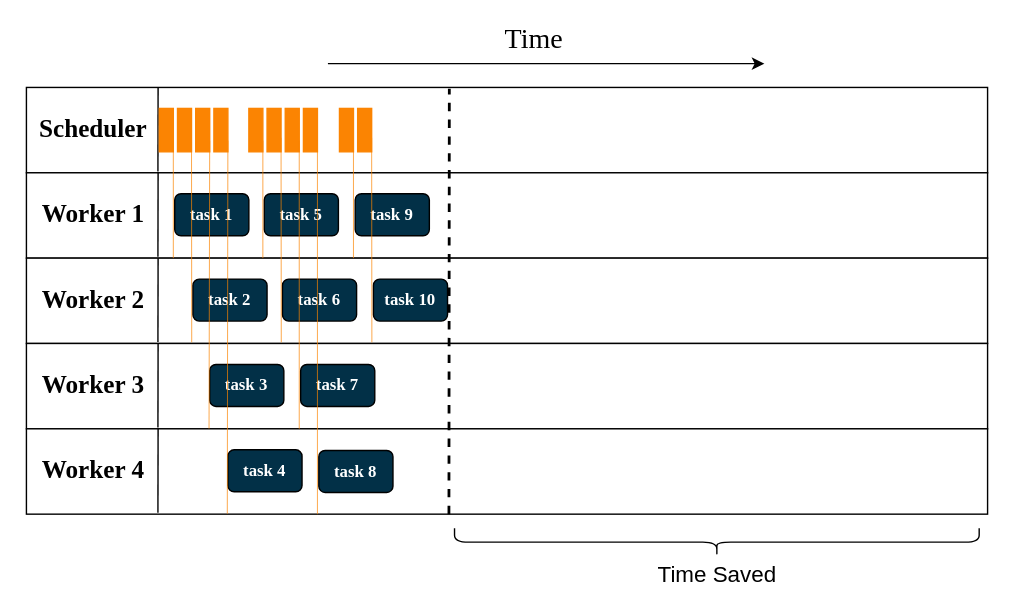
Above: img/ch-intro/distributed-timeline.svg in godaai/scale-py (draw.io), before the change. Source tidied: cells renumbered, new cells last; positions are measured from the earlier drawing's top-left corner, leaving out a move shared by most shapes. Source of this version:
```xml
<mxGraphModel>
  <root>
    <mxCell id="0" />
    <mxCell id="1" parent="0" />
    <mxCell id="2" style="rounded=0;whiteSpace=wrap;html=1;strokeColor=none;fillColor=none;" parent="1" vertex="1">
      <mxGeometry width="724" height="431" as="geometry" />
    </mxCell>
    <mxCell id="3" style="rounded=0;whiteSpace=wrap;html=1;" parent="1" vertex="1">
      <mxGeometry x="18" y="62" width="687" height="61" as="geometry" />
    </mxCell>
    <mxCell id="4" value="&lt;font style=&quot;font-size: 18px;&quot; face=&quot;Times New Roman&quot;&gt;&lt;b&gt;Scheduler&lt;/b&gt;&lt;br&gt;&lt;/font&gt;" style="text;html=1;strokeColor=none;fillColor=none;align=center;verticalAlign=middle;whiteSpace=wrap;rounded=0;" parent="1" vertex="1">
      <mxGeometry x="15" y="77" width="102" height="30" as="geometry" />
    </mxCell>
    <mxCell id="5" style="endArrow=none;html=1;rounded=0;entryX=0.137;entryY=0;entryDx=0;entryDy=0;entryPerimeter=0;" parent="1" edge="1" target="3">
      <mxGeometry relative="1" as="geometry">
        <mxPoint x="112" y="122" as="sourcePoint" />
      </mxGeometry>
    </mxCell>
    <mxCell id="6" style="rounded=0;whiteSpace=wrap;html=1;" parent="1" vertex="1">
      <mxGeometry x="18" y="123" width="687" height="61" as="geometry" />
    </mxCell>
    <mxCell id="7" value="&lt;font style=&quot;font-size: 18px;&quot; face=&quot;Times New Roman&quot;&gt;&lt;b&gt;Worker 1&lt;/b&gt;&lt;br&gt;&lt;/font&gt;" style="text;html=1;strokeColor=none;fillColor=none;align=center;verticalAlign=middle;whiteSpace=wrap;rounded=0;" parent="1" vertex="1">
      <mxGeometry x="15" y="138" width="102" height="30" as="geometry" />
    </mxCell>
    <mxCell id="8" style="endArrow=none;html=1;rounded=0;entryX=0.137;entryY=0;entryDx=0;entryDy=0;entryPerimeter=0;" parent="1" edge="1" target="6">
      <mxGeometry relative="1" as="geometry">
        <mxPoint x="112" y="183" as="sourcePoint" />
      </mxGeometry>
    </mxCell>
    <mxCell id="9" value="&lt;font color=&quot;#ffffff&quot; face=&quot;Times New Roman&quot;&gt;&lt;b&gt;task 1&lt;/b&gt;&lt;/font&gt;" style="rounded=1;whiteSpace=wrap;html=1;fillColor=#023047;" parent="1" vertex="1">
      <mxGeometry x="124" y="138" width="53" height="30" as="geometry" />
    </mxCell>
    <mxCell id="10" value="&lt;font color=&quot;#ffffff&quot; face=&quot;Times New Roman&quot;&gt;&lt;b&gt;task 5&lt;/b&gt;&lt;/font&gt;" style="rounded=1;whiteSpace=wrap;html=1;fillColor=#023047;" parent="1" vertex="1">
      <mxGeometry x="188" y="138" width="53" height="30" as="geometry" />
    </mxCell>
    <mxCell id="11" value="&lt;font color=&quot;#ffffff&quot; face=&quot;Times New Roman&quot;&gt;&lt;b&gt;task 9&lt;br&gt;&lt;/b&gt;&lt;/font&gt;" style="rounded=1;whiteSpace=wrap;html=1;fillColor=#023047;" parent="1" vertex="1">
      <mxGeometry x="253" y="138" width="53" height="30" as="geometry" />
    </mxCell>
    <mxCell id="12" style="rounded=0;whiteSpace=wrap;html=1;" parent="1" vertex="1">
      <mxGeometry x="18" y="184" width="687" height="61" as="geometry" />
    </mxCell>
    <mxCell id="13" value="&lt;font style=&quot;font-size: 18px;&quot; face=&quot;Times New Roman&quot;&gt;&lt;b&gt;Worker 2&lt;/b&gt;&lt;br&gt;&lt;/font&gt;" style="text;html=1;strokeColor=none;fillColor=none;align=center;verticalAlign=middle;whiteSpace=wrap;rounded=0;" parent="1" vertex="1">
      <mxGeometry x="15" y="199" width="102" height="30" as="geometry" />
    </mxCell>
    <mxCell id="14" style="endArrow=none;html=1;rounded=0;entryX=0.137;entryY=0;entryDx=0;entryDy=0;entryPerimeter=0;" parent="1" edge="1" target="12">
      <mxGeometry relative="1" as="geometry">
        <mxPoint x="112" y="244" as="sourcePoint" />
      </mxGeometry>
    </mxCell>
    <mxCell id="15" value="&lt;font color=&quot;#ffffff&quot; face=&quot;Times New Roman&quot;&gt;&lt;b&gt;task 2&lt;/b&gt;&lt;/font&gt;" style="rounded=1;whiteSpace=wrap;html=1;fillColor=#023047;" parent="1" vertex="1">
      <mxGeometry x="137" y="199" width="53" height="30" as="geometry" />
    </mxCell>
    <mxCell id="16" value="&lt;font color=&quot;#ffffff&quot; face=&quot;Times New Roman&quot;&gt;&lt;b&gt;task 6&lt;/b&gt;&lt;/font&gt;" style="rounded=1;whiteSpace=wrap;html=1;fillColor=#023047;" parent="1" vertex="1">
      <mxGeometry x="201" y="199" width="53" height="30" as="geometry" />
    </mxCell>
    <mxCell id="17" value="&lt;font color=&quot;#ffffff&quot; face=&quot;Times New Roman&quot;&gt;&lt;b&gt;task 10&lt;br&gt;&lt;/b&gt;&lt;/font&gt;" style="rounded=1;whiteSpace=wrap;html=1;fillColor=#023047;" parent="1" vertex="1">
      <mxGeometry x="266" y="199" width="53" height="30" as="geometry" />
    </mxCell>
    <mxCell id="18" style="rounded=0;whiteSpace=wrap;html=1;" parent="1" vertex="1">
      <mxGeometry x="18" y="245" width="687" height="61" as="geometry" />
    </mxCell>
    <mxCell id="19" value="&lt;font style=&quot;font-size: 18px;&quot; face=&quot;Times New Roman&quot;&gt;&lt;b&gt;Worker 3&lt;/b&gt;&lt;br&gt;&lt;/font&gt;" style="text;html=1;strokeColor=none;fillColor=none;align=center;verticalAlign=middle;whiteSpace=wrap;rounded=0;" parent="1" vertex="1">
      <mxGeometry x="15" y="260" width="102" height="30" as="geometry" />
    </mxCell>
    <mxCell id="20" style="endArrow=none;html=1;rounded=0;entryX=0.137;entryY=0;entryDx=0;entryDy=0;entryPerimeter=0;" parent="1" edge="1" target="18">
      <mxGeometry relative="1" as="geometry">
        <mxPoint x="112" y="305" as="sourcePoint" />
      </mxGeometry>
    </mxCell>
    <mxCell id="21" value="&lt;font color=&quot;#ffffff&quot; face=&quot;Times New Roman&quot;&gt;&lt;b&gt;task 3&lt;/b&gt;&lt;/font&gt;" style="rounded=1;whiteSpace=wrap;html=1;fillColor=#023047;" parent="1" vertex="1">
      <mxGeometry x="149" y="260" width="53" height="30" as="geometry" />
    </mxCell>
    <mxCell id="22" value="&lt;font color=&quot;#ffffff&quot; face=&quot;Times New Roman&quot;&gt;&lt;b&gt;task 7&lt;/b&gt;&lt;/font&gt;" style="rounded=1;whiteSpace=wrap;html=1;fillColor=#023047;" parent="1" vertex="1">
      <mxGeometry x="214" y="260" width="53" height="30" as="geometry" />
    </mxCell>
    <mxCell id="23" style="rounded=0;whiteSpace=wrap;html=1;" parent="1" vertex="1">
      <mxGeometry x="18" y="306" width="687" height="61" as="geometry" />
    </mxCell>
    <mxCell id="24" value="&lt;font style=&quot;font-size: 18px;&quot; face=&quot;Times New Roman&quot;&gt;&lt;b&gt;Worker 4&lt;/b&gt;&lt;br&gt;&lt;/font&gt;" style="text;html=1;strokeColor=none;fillColor=none;align=center;verticalAlign=middle;whiteSpace=wrap;rounded=0;" parent="1" vertex="1">
      <mxGeometry x="15" y="321" width="102" height="30" as="geometry" />
    </mxCell>
    <mxCell id="25" style="endArrow=none;html=1;rounded=0;entryX=0.137;entryY=0;entryDx=0;entryDy=0;entryPerimeter=0;" parent="1" edge="1" target="23">
      <mxGeometry relative="1" as="geometry">
        <mxPoint x="112" y="366" as="sourcePoint" />
      </mxGeometry>
    </mxCell>
    <mxCell id="26" value="&lt;font color=&quot;#ffffff&quot; face=&quot;Times New Roman&quot;&gt;&lt;b&gt;task 4&lt;/b&gt;&lt;/font&gt;" style="rounded=1;whiteSpace=wrap;html=1;fillColor=#023047;" parent="1" vertex="1">
      <mxGeometry x="162" y="321" width="53" height="30" as="geometry" />
    </mxCell>
    <mxCell id="27" value="&lt;font color=&quot;#ffffff&quot; face=&quot;Times New Roman&quot;&gt;&lt;b&gt;task 8&lt;/b&gt;&lt;/font&gt;" style="rounded=1;whiteSpace=wrap;html=1;fillColor=#023047;" parent="1" vertex="1">
      <mxGeometry x="227" y="321.5" width="53" height="30" as="geometry" />
    </mxCell>
    <mxCell id="28" style="rounded=0;whiteSpace=wrap;html=1;fillColor=#FB8402;strokeColor=#FB8402;" parent="1" vertex="1">
      <mxGeometry x="113" y="77" width="10" height="31" as="geometry" />
    </mxCell>
    <mxCell id="29" style="endArrow=none;html=1;rounded=0;strokeColor=#FB8402;strokeWidth=0.5;" parent="1" edge="1">
      <mxGeometry relative="1" as="geometry">
        <mxPoint x="123" y="184" as="sourcePoint" />
        <mxPoint x="123" y="100" as="targetPoint" />
      </mxGeometry>
    </mxCell>
    <mxCell id="30" style="rounded=0;whiteSpace=wrap;html=1;fillColor=#FB8402;strokeColor=#FB8402;" parent="1" vertex="1">
      <mxGeometry x="126" y="77" width="10" height="31" as="geometry" />
    </mxCell>
    <mxCell id="31" style="endArrow=none;html=1;rounded=0;strokeColor=#FB8402;strokeWidth=0.5;exitX=0.172;exitY=1.02;exitDx=0;exitDy=0;exitPerimeter=0;" parent="1" edge="1">
      <mxGeometry relative="1" as="geometry">
        <mxPoint x="136.2" y="244.2" as="sourcePoint" />
        <mxPoint x="136" y="98" as="targetPoint" />
      </mxGeometry>
    </mxCell>
    <mxCell id="32" style="rounded=0;whiteSpace=wrap;html=1;fillColor=#FB8402;strokeColor=#FB8402;" parent="1" vertex="1">
      <mxGeometry x="139" y="77" width="10" height="31" as="geometry" />
    </mxCell>
    <mxCell id="33" style="endArrow=none;html=1;rounded=0;strokeColor=#FB8402;strokeWidth=0.5;exitX=0.19;exitY=0.997;exitDx=0;exitDy=0;exitPerimeter=0;" parent="1" edge="1" source="18">
      <mxGeometry relative="1" as="geometry">
        <mxPoint x="149" y="100" as="targetPoint" />
      </mxGeometry>
    </mxCell>
    <mxCell id="34" style="rounded=0;whiteSpace=wrap;html=1;fillColor=#FB8402;strokeColor=#FB8402;" parent="1" vertex="1">
      <mxGeometry x="152" y="77" width="10" height="31" as="geometry" />
    </mxCell>
    <mxCell id="35" style="endArrow=none;html=1;rounded=0;strokeColor=#FB8402;strokeWidth=0.5;exitX=0.209;exitY=0.996;exitDx=0;exitDy=0;exitPerimeter=0;" parent="1" edge="1" source="23">
      <mxGeometry relative="1" as="geometry">
        <mxPoint x="162" y="100" as="targetPoint" />
      </mxGeometry>
    </mxCell>
    <mxCell id="36" style="rounded=0;whiteSpace=wrap;html=1;fillColor=#FB8402;strokeColor=#FB8402;" parent="1" vertex="1">
      <mxGeometry x="177" y="77" width="10" height="31" as="geometry" />
    </mxCell>
    <mxCell id="37" style="endArrow=none;html=1;rounded=0;strokeColor=#FB8402;strokeWidth=0.5;" parent="1" edge="1">
      <mxGeometry relative="1" as="geometry">
        <mxPoint x="187" y="184" as="sourcePoint" />
        <mxPoint x="187" y="100" as="targetPoint" />
      </mxGeometry>
    </mxCell>
    <mxCell id="38" style="rounded=0;whiteSpace=wrap;html=1;fillColor=#FB8402;strokeColor=#FB8402;" parent="1" vertex="1">
      <mxGeometry x="190" y="77" width="10" height="31" as="geometry" />
    </mxCell>
    <mxCell id="39" style="endArrow=none;html=1;rounded=0;strokeColor=#FB8402;strokeWidth=0.5;exitX=0.172;exitY=1.02;exitDx=0;exitDy=0;exitPerimeter=0;" parent="1" edge="1">
      <mxGeometry relative="1" as="geometry">
        <mxPoint x="200.2" y="244.2" as="sourcePoint" />
        <mxPoint x="200" y="98" as="targetPoint" />
      </mxGeometry>
    </mxCell>
    <mxCell id="40" style="rounded=0;whiteSpace=wrap;html=1;fillColor=#FB8402;strokeColor=#FB8402;" parent="1" vertex="1">
      <mxGeometry x="203" y="77" width="10" height="31" as="geometry" />
    </mxCell>
    <mxCell id="41" style="endArrow=none;html=1;rounded=0;strokeColor=#FB8402;strokeWidth=0.5;exitX=0.19;exitY=0.997;exitDx=0;exitDy=0;exitPerimeter=0;" parent="1" edge="1">
      <mxGeometry relative="1" as="geometry">
        <mxPoint x="213" y="306" as="sourcePoint" />
        <mxPoint x="213" y="100" as="targetPoint" />
      </mxGeometry>
    </mxCell>
    <mxCell id="42" style="rounded=0;whiteSpace=wrap;html=1;fillColor=#FB8402;strokeColor=#FB8402;" parent="1" vertex="1">
      <mxGeometry x="216" y="77" width="10" height="31" as="geometry" />
    </mxCell>
    <mxCell id="43" style="endArrow=none;html=1;rounded=0;strokeColor=#FB8402;strokeWidth=0.5;exitX=0.209;exitY=0.996;exitDx=0;exitDy=0;exitPerimeter=0;" parent="1" edge="1">
      <mxGeometry relative="1" as="geometry">
        <mxPoint x="226" y="367" as="sourcePoint" />
        <mxPoint x="226" y="100" as="targetPoint" />
      </mxGeometry>
    </mxCell>
    <mxCell id="44" style="rounded=0;whiteSpace=wrap;html=1;fillColor=#FB8402;strokeColor=#FB8402;" parent="1" vertex="1">
      <mxGeometry x="241.8" y="77" width="10" height="31" as="geometry" />
    </mxCell>
    <mxCell id="45" style="endArrow=none;html=1;rounded=0;strokeColor=#FB8402;strokeWidth=0.5;" parent="1" edge="1">
      <mxGeometry relative="1" as="geometry">
        <mxPoint x="251.8" y="184" as="sourcePoint" />
        <mxPoint x="251.8" y="100" as="targetPoint" />
      </mxGeometry>
    </mxCell>
    <mxCell id="46" style="rounded=0;whiteSpace=wrap;html=1;fillColor=#FB8402;strokeColor=#FB8402;" parent="1" vertex="1">
      <mxGeometry x="254.8" y="77" width="10" height="31" as="geometry" />
    </mxCell>
    <mxCell id="47" style="endArrow=none;html=1;rounded=0;strokeColor=#FB8402;strokeWidth=0.5;exitX=0.172;exitY=1.02;exitDx=0;exitDy=0;exitPerimeter=0;" parent="1" edge="1">
      <mxGeometry relative="1" as="geometry">
        <mxPoint x="264.9" y="244.2" as="sourcePoint" />
        <mxPoint x="264.8" y="98" as="targetPoint" />
      </mxGeometry>
    </mxCell>
    <mxCell id="48" value="Time" style="text;html=1;strokeColor=none;fillColor=none;align=center;verticalAlign=middle;whiteSpace=wrap;rounded=0;fontFamily=Times New Roman;fontSize=20;horizontal=1;" parent="1" vertex="1">
      <mxGeometry x="350.5" y="11" width="60" height="30" as="geometry" />
    </mxCell>
    <mxCell id="49" style="endArrow=classic;html=1;rounded=0;fontSize=24;fontFamily=Times New Roman;" parent="1" edge="1">
      <mxGeometry relative="1" as="geometry">
        <mxPoint x="233.5" y="45" as="sourcePoint" />
        <mxPoint x="545.5" y="45" as="targetPoint" />
      </mxGeometry>
    </mxCell>
    <mxCell id="50" style="endArrow=none;html=1;rounded=0;entryX=0.44;entryY=0.033;entryDx=0;entryDy=0;entryPerimeter=0;dashed=1;strokeWidth=2;" parent="1" edge="1">
      <mxGeometry relative="1" as="geometry">
        <mxPoint x="320" y="367" as="sourcePoint" />
        <mxPoint x="320.3" y="63" as="targetPoint" />
      </mxGeometry>
    </mxCell>
    <mxCell id="51" style="shape=curlyBracket;whiteSpace=wrap;html=1;rounded=1;labelPosition=left;verticalLabelPosition=middle;align=right;verticalAlign=middle;direction=north;" parent="1" vertex="1">
      <mxGeometry x="324" y="377" width="375" height="20" as="geometry" />
    </mxCell>
    <mxCell id="52" value="&lt;font style=&quot;font-size: 16px;&quot;&gt;Time Saved&lt;/font&gt;" style="text;html=1;strokeColor=none;fillColor=none;align=center;verticalAlign=middle;whiteSpace=wrap;rounded=0;" parent="1" vertex="1">
      <mxGeometry x="438.5" y="395" width="146" height="30" as="geometry" />
    </mxCell>
  </root>
</mxGraphModel>
```
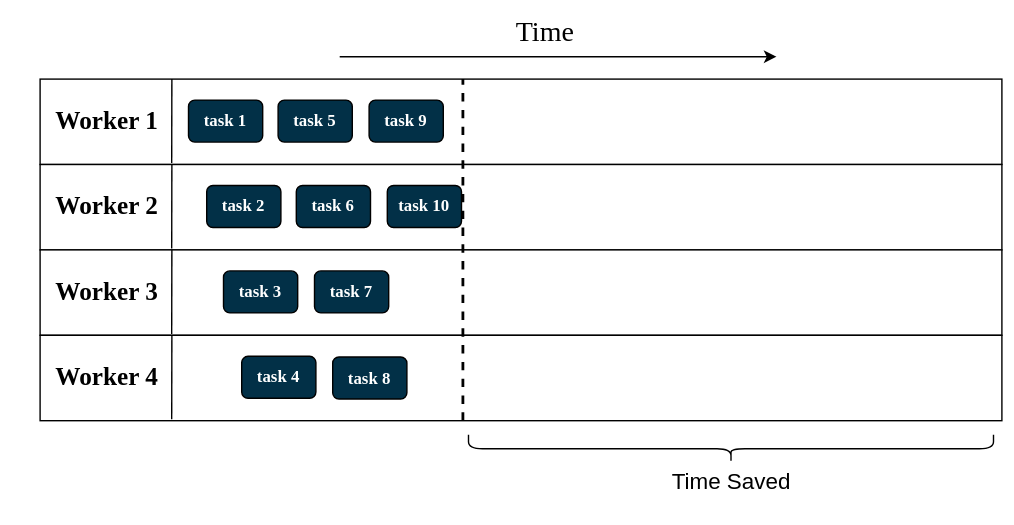
The same diagram one commit later.

The edit, as a diff of the source:
```diff
@@ -3,19 +3,8 @@
     <mxCell id="0" />
     <mxCell id="1" parent="0" />
     <mxCell id="2" style="rounded=0;whiteSpace=wrap;html=1;strokeColor=none;fillColor=none;" parent="1" vertex="1">
-      <mxGeometry width="724" height="431" as="geometry" />
+      <mxGeometry x="-10" y="67" width="724" height="375" as="geometry" />
     </mxCell>
-    <mxCell id="3" style="rounded=0;whiteSpace=wrap;html=1;" parent="1" vertex="1">
-      <mxGeometry x="18" y="62" width="687" height="61" as="geometry" />
-    </mxCell>
-    <mxCell id="4" value="&lt;font style=&quot;font-size: 18px;&quot; face=&quot;Times New Roman&quot;&gt;&lt;b&gt;Scheduler&lt;/b&gt;&lt;br&gt;&lt;/font&gt;" style="text;html=1;strokeColor=none;fillColor=none;align=center;verticalAlign=middle;whiteSpace=wrap;rounded=0;" parent="1" vertex="1">
-      <mxGeometry x="15" y="77" width="102" height="30" as="geometry" />
-    </mxCell>
-    <mxCell id="5" style="endArrow=none;html=1;rounded=0;entryX=0.137;entryY=0;entryDx=0;entryDy=0;entryPerimeter=0;" parent="1" edge="1" target="3">
-      <mxGeometry relative="1" as="geometry">
-        <mxPoint x="112" y="122" as="sourcePoint" />
-      </mxGeometry>
-    </mxCell>
     <mxCell id="6" style="rounded=0;whiteSpace=wrap;html=1;" parent="1" vertex="1">
       <mxGeometry x="18" y="123" width="687" height="61" as="geometry" />
     </mxCell>
@@ -90,107 +79,19 @@
     <mxCell id="27" value="&lt;font color=&quot;#ffffff&quot; face=&quot;Times New Roman&quot;&gt;&lt;b&gt;task 8&lt;/b&gt;&lt;/font&gt;" style="rounded=1;whiteSpace=wrap;html=1;fillColor=#023047;" parent="1" vertex="1">
       <mxGeometry x="227" y="321.5" width="53" height="30" as="geometry" />
     </mxCell>
-    <mxCell id="28" style="rounded=0;whiteSpace=wrap;html=1;fillColor=#FB8402;strokeColor=#FB8402;" parent="1" vertex="1">
-      <mxGeometry x="113" y="77" width="10" height="31" as="geometry" />
-    </mxCell>
-    <mxCell id="29" style="endArrow=none;html=1;rounded=0;strokeColor=#FB8402;strokeWidth=0.5;" parent="1" edge="1">
-      <mxGeometry relative="1" as="geometry">
-        <mxPoint x="123" y="184" as="sourcePoint" />
-        <mxPoint x="123" y="100" as="targetPoint" />
-      </mxGeometry>
-    </mxCell>
-    <mxCell id="30" style="rounded=0;whiteSpace=wrap;html=1;fillColor=#FB8402;strokeColor=#FB8402;" parent="1" vertex="1">
-      <mxGeometry x="126" y="77" width="10" height="31" as="geometry" />
-    </mxCell>
-    <mxCell id="31" style="endArrow=none;html=1;rounded=0;strokeColor=#FB8402;strokeWidth=0.5;exitX=0.172;exitY=1.02;exitDx=0;exitDy=0;exitPerimeter=0;" parent="1" edge="1">
-      <mxGeometry relative="1" as="geometry">
-        <mxPoint x="136.2" y="244.2" as="sourcePoint" />
-        <mxPoint x="136" y="98" as="targetPoint" />
-      </mxGeometry>
-    </mxCell>
-    <mxCell id="32" style="rounded=0;whiteSpace=wrap;html=1;fillColor=#FB8402;strokeColor=#FB8402;" parent="1" vertex="1">
-      <mxGeometry x="139" y="77" width="10" height="31" as="geometry" />
-    </mxCell>
-    <mxCell id="33" style="endArrow=none;html=1;rounded=0;strokeColor=#FB8402;strokeWidth=0.5;exitX=0.19;exitY=0.997;exitDx=0;exitDy=0;exitPerimeter=0;" parent="1" edge="1" source="18">
-      <mxGeometry relative="1" as="geometry">
-        <mxPoint x="149" y="100" as="targetPoint" />
-      </mxGeometry>
-    </mxCell>
-    <mxCell id="34" style="rounded=0;whiteSpace=wrap;html=1;fillColor=#FB8402;strokeColor=#FB8402;" parent="1" vertex="1">
-      <mxGeometry x="152" y="77" width="10" height="31" as="geometry" />
-    </mxCell>
-    <mxCell id="35" style="endArrow=none;html=1;rounded=0;strokeColor=#FB8402;strokeWidth=0.5;exitX=0.209;exitY=0.996;exitDx=0;exitDy=0;exitPerimeter=0;" parent="1" edge="1" source="23">
-      <mxGeometry relative="1" as="geometry">
-        <mxPoint x="162" y="100" as="targetPoint" />
-      </mxGeometry>
-    </mxCell>
-    <mxCell id="36" style="rounded=0;whiteSpace=wrap;html=1;fillColor=#FB8402;strokeColor=#FB8402;" parent="1" vertex="1">
-      <mxGeometry x="177" y="77" width="10" height="31" as="geometry" />
-    </mxCell>
-    <mxCell id="37" style="endArrow=none;html=1;rounded=0;strokeColor=#FB8402;strokeWidth=0.5;" parent="1" edge="1">
-      <mxGeometry relative="1" as="geometry">
-        <mxPoint x="187" y="184" as="sourcePoint" />
-        <mxPoint x="187" y="100" as="targetPoint" />
-      </mxGeometry>
-    </mxCell>
-    <mxCell id="38" style="rounded=0;whiteSpace=wrap;html=1;fillColor=#FB8402;strokeColor=#FB8402;" parent="1" vertex="1">
-      <mxGeometry x="190" y="77" width="10" height="31" as="geometry" />
-    </mxCell>
-    <mxCell id="39" style="endArrow=none;html=1;rounded=0;strokeColor=#FB8402;strokeWidth=0.5;exitX=0.172;exitY=1.02;exitDx=0;exitDy=0;exitPerimeter=0;" parent="1" edge="1">
-      <mxGeometry relative="1" as="geometry">
-        <mxPoint x="200.2" y="244.2" as="sourcePoint" />
-        <mxPoint x="200" y="98" as="targetPoint" />
-      </mxGeometry>
-    </mxCell>
-    <mxCell id="40" style="rounded=0;whiteSpace=wrap;html=1;fillColor=#FB8402;strokeColor=#FB8402;" parent="1" vertex="1">
-      <mxGeometry x="203" y="77" width="10" height="31" as="geometry" />
-    </mxCell>
-    <mxCell id="41" style="endArrow=none;html=1;rounded=0;strokeColor=#FB8402;strokeWidth=0.5;exitX=0.19;exitY=0.997;exitDx=0;exitDy=0;exitPerimeter=0;" parent="1" edge="1">
-      <mxGeometry relative="1" as="geometry">
-        <mxPoint x="213" y="306" as="sourcePoint" />
-        <mxPoint x="213" y="100" as="targetPoint" />
-      </mxGeometry>
-    </mxCell>
-    <mxCell id="42" style="rounded=0;whiteSpace=wrap;html=1;fillColor=#FB8402;strokeColor=#FB8402;" parent="1" vertex="1">
-      <mxGeometry x="216" y="77" width="10" height="31" as="geometry" />
-    </mxCell>
-    <mxCell id="43" style="endArrow=none;html=1;rounded=0;strokeColor=#FB8402;strokeWidth=0.5;exitX=0.209;exitY=0.996;exitDx=0;exitDy=0;exitPerimeter=0;" parent="1" edge="1">
-      <mxGeometry relative="1" as="geometry">
-        <mxPoint x="226" y="367" as="sourcePoint" />
-        <mxPoint x="226" y="100" as="targetPoint" />
-      </mxGeometry>
-    </mxCell>
-    <mxCell id="44" style="rounded=0;whiteSpace=wrap;html=1;fillColor=#FB8402;strokeColor=#FB8402;" parent="1" vertex="1">
-      <mxGeometry x="241.8" y="77" width="10" height="31" as="geometry" />
-    </mxCell>
-    <mxCell id="45" style="endArrow=none;html=1;rounded=0;strokeColor=#FB8402;strokeWidth=0.5;" parent="1" edge="1">
-      <mxGeometry relative="1" as="geometry">
-        <mxPoint x="251.8" y="184" as="sourcePoint" />
-        <mxPoint x="251.8" y="100" as="targetPoint" />
-      </mxGeometry>
-    </mxCell>
-    <mxCell id="46" style="rounded=0;whiteSpace=wrap;html=1;fillColor=#FB8402;strokeColor=#FB8402;" parent="1" vertex="1">
-      <mxGeometry x="254.8" y="77" width="10" height="31" as="geometry" />
-    </mxCell>
-    <mxCell id="47" style="endArrow=none;html=1;rounded=0;strokeColor=#FB8402;strokeWidth=0.5;exitX=0.172;exitY=1.02;exitDx=0;exitDy=0;exitPerimeter=0;" parent="1" edge="1">
-      <mxGeometry relative="1" as="geometry">
-        <mxPoint x="264.9" y="244.2" as="sourcePoint" />
-        <mxPoint x="264.8" y="98" as="targetPoint" />
-      </mxGeometry>
-    </mxCell>
     <mxCell id="48" value="Time" style="text;html=1;strokeColor=none;fillColor=none;align=center;verticalAlign=middle;whiteSpace=wrap;rounded=0;fontFamily=Times New Roman;fontSize=20;horizontal=1;" parent="1" vertex="1">
-      <mxGeometry x="350.5" y="11" width="60" height="30" as="geometry" />
+      <mxGeometry x="349" y="73" width="60" height="30" as="geometry" />
     </mxCell>
     <mxCell id="49" style="endArrow=classic;html=1;rounded=0;fontSize=24;fontFamily=Times New Roman;" parent="1" edge="1">
       <mxGeometry relative="1" as="geometry">
-        <mxPoint x="233.5" y="45" as="sourcePoint" />
-        <mxPoint x="545.5" y="45" as="targetPoint" />
+        <mxPoint x="232" y="107" as="sourcePoint" />
+        <mxPoint x="544" y="107" as="targetPoint" />
       </mxGeometry>
     </mxCell>
-    <mxCell id="50" style="endArrow=none;html=1;rounded=0;entryX=0.44;entryY=0.033;entryDx=0;entryDy=0;entryPerimeter=0;dashed=1;strokeWidth=2;" parent="1" edge="1">
+    <mxCell id="50" style="endArrow=none;html=1;rounded=0;dashed=1;strokeWidth=2;" parent="1" edge="1">
       <mxGeometry relative="1" as="geometry">
         <mxPoint x="320" y="367" as="sourcePoint" />
-        <mxPoint x="320.3" y="63" as="targetPoint" />
+        <mxPoint x="320" y="123" as="targetPoint" />
       </mxGeometry>
     </mxCell>
     <mxCell id="51" style="shape=curlyBracket;whiteSpace=wrap;html=1;rounded=1;labelPosition=left;verticalLabelPosition=middle;align=right;verticalAlign=middle;direction=north;" parent="1" vertex="1">
```
